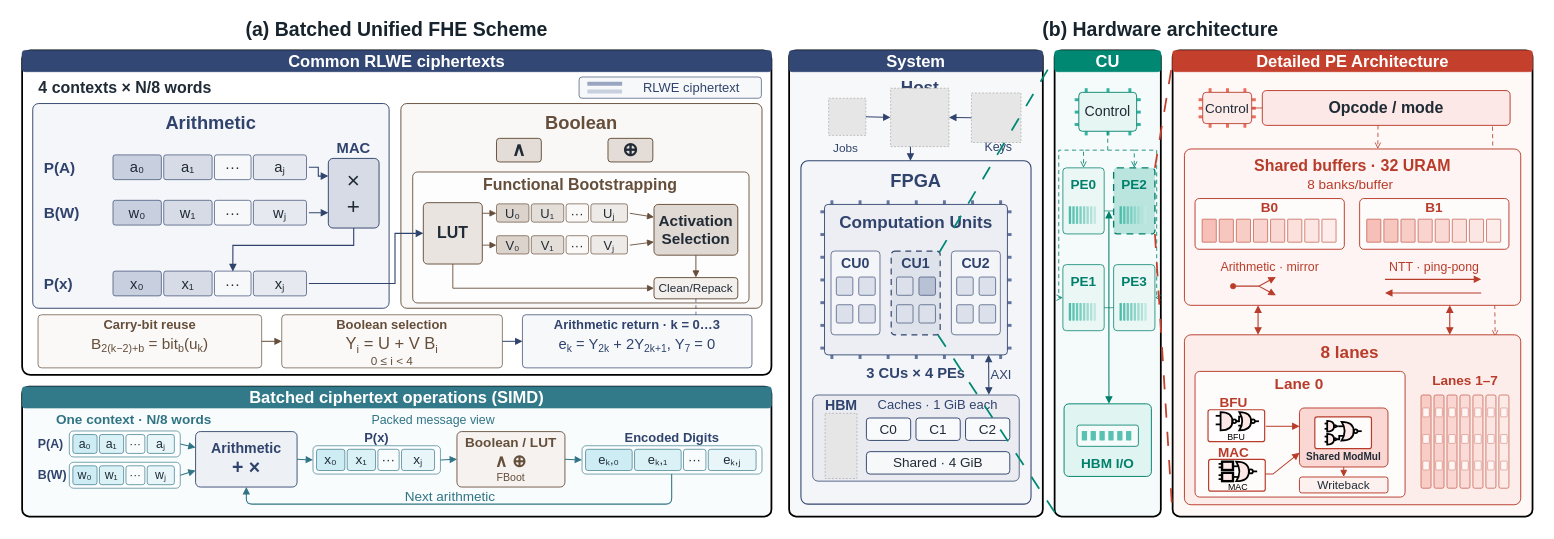
The draw.io diagram all/DAC2026/CONVOY_Fig1.drawio in ZKY6662017/iodraw-files, before the edit. Source tidied: cells renumbered, new cells numbered last; positions are measured from the earlier drawing's top-left corner, leaving out a move shared by most shapes. Both pictures are drawn from the tidied source at 59%, with x=0, y=0 at pixel (10, 10). Pictures stored in the file or linked from it are replaced by grey dashed boxes.
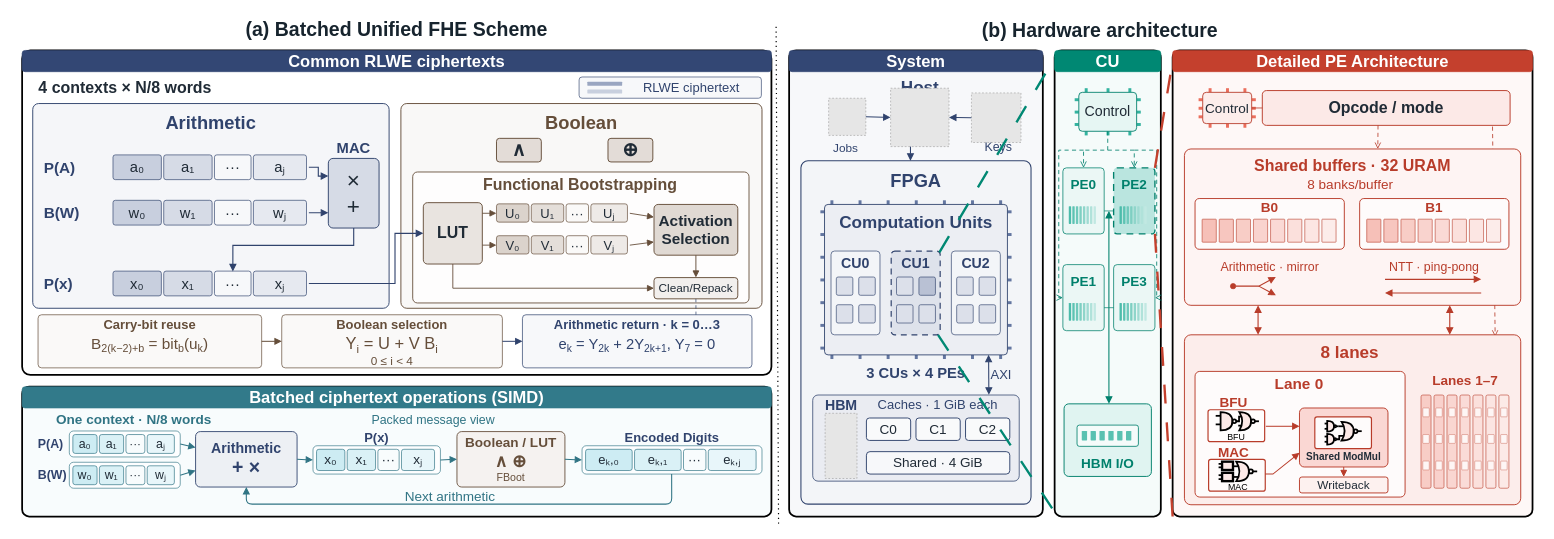
After the change.

The change refers to these unchanged cells:
```xml
<mxCell id="165" style="shape=rectangle;rounded=1;absoluteArcSize=1;arcSize=12;fillColor=#DEE2EB;strokeColor=#30436D;strokeWidth=2;html=1;whiteSpace=wrap;fontFamily=Arial;fontSize=23;fontColor=#202B36;align=center;verticalAlign=middle;spacing=0;spacingLeft=5;spacingRight=5;shadow=0;glass=0;gradientColor=none;overflow=visible;dashed=1;dashPattern=5 4;" parent="120" vertex="1">
  <mxGeometry x="1493" y="408" width="83" height="142" as="geometry" />
</mxCell>
<mxCell id="187" style="shape=rectangle;rounded=1;absoluteArcSize=1;arcSize=24;fillColor=#F5FBFA;strokeColor=#000000;strokeWidth=3;html=1;whiteSpace=wrap;fontFamily=Arial;fontSize=23;fontColor=#202B36;align=center;verticalAlign=middle;spacing=0;spacingLeft=5;spacingRight=5;shadow=0;glass=0;gradientColor=none;overflow=visible;" parent="186" vertex="1">
  <mxGeometry x="1770" y="68" width="180" height="790" as="geometry" />
</mxCell>
<mxCell id="212" style="shape=rectangle;rounded=1;absoluteArcSize=1;arcSize=12;fillColor=#BAE5DF;strokeColor=#00806C;strokeWidth=2.3;html=1;whiteSpace=wrap;fontFamily=Arial;fontSize=23;fontColor=#202B36;align=center;verticalAlign=middle;spacing=0;spacingLeft=5;spacingRight=5;shadow=0;glass=0;gradientColor=none;overflow=visible;dashed=1;dashPattern=5 4;" parent="186" vertex="1">
  <mxGeometry x="1870" y="267" width="70" height="112" as="geometry" />
</mxCell>
<mxCell id="261" style="shape=rectangle;rounded=1;absoluteArcSize=1;arcSize=24;fillColor=#FEF8F7;strokeColor=#000000;strokeWidth=3;html=1;whiteSpace=wrap;fontFamily=Arial;fontSize=23;fontColor=#202B36;align=center;verticalAlign=middle;spacing=0;spacingLeft=5;spacingRight=5;shadow=0;glass=0;gradientColor=none;overflow=visible;" parent="260" vertex="1">
  <mxGeometry x="1970" y="68" width="610" height="790" as="geometry" />
</mxCell>
<mxCell id="262" value="&lt;div style=&quot;font-family: Arial; font-size: 28px; line-height: 33.04px; font-weight: 700; color: rgb(255, 255, 255); white-space: nowrap;&quot;&gt;Detailed PE Architecture&lt;/div&gt;" style="shape=rectangle;rounded=1;absoluteArcSize=1;arcSize=10;fillColor=#C4402D;strokeColor=#C4402D;strokeWidth=1.1;html=1;whiteSpace=wrap;fontFamily=Arial;fontSize=23;fontColor=#202B36;align=center;verticalAlign=middle;spacing=0;spacingLeft=5;spacingRight=5;shadow=0;glass=0;gradientColor=none;overflow=visible;" parent="260" vertex="1">
  <mxGeometry x="1970" y="68" width="610" height="36" as="geometry" />
</mxCell>
```

What changed in the source:
```diff
@@
+    <mxCell id="412" style="endArrow=none;dashed=1;html=1;dashPattern=1 3;strokeWidth=2;rounded=0;defaultLabelBackgroundColor=page;labelPadding=0 4;exitX=0.502;exitY=1;exitDx=0;exitDy=0;exitPerimeter=0;entryX=0;entryY=0.5;entryDx=0;entryDy=0;" parent="1" edge="1">
+      <mxGeometry relative="1" as="geometry">
+        <mxPoint x="1302.1" y="870" as="sourcePoint" />
+        <mxPoint x="1297.9" y="23.5" as="targetPoint" />
+      </mxGeometry>
+    </mxCell>
@@
     <mxCell id="354" value="&lt;div style=&quot;font-family: Arial; font-size: 33px; line-height: 38.94px; font-weight: 700; color: rgb(23, 36, 46); white-space: nowrap;&quot;&gt;(b) Hardware architecture&lt;/div&gt;" style="shape=rectangle;rounded=0;absoluteArcSize=1;arcSize=0;fillColor=none;strokeColor=none;strokeWidth=0;html=1;whiteSpace=wrap;fontFamily=Arial;fontSize=23;fontColor=#17242E;align=center;verticalAlign=middle;spacing=0;spacingLeft=5;spacingRight=5;shadow=0;glass=0;gradientColor=none;overflow=visible;" parent="352" vertex="1">
-      <mxGeometry x="1319" y="10" width="1261" height="45" as="geometry" />
+      <mxGeometry x="1301" y="11" width="1092" height="45" as="geometry" />
     </mxCell>
@@
-    <mxCell id="362" style="endArrow=none;html=1;rounded=0;defaultLabelBackgroundColor=page;labelPadding=0 4;exitX=0.984;exitY=0.015;exitDx=0;exitDy=0;exitPerimeter=0;entryX=0.006;entryY=0.014;entryDx=0;entryDy=0;entryPerimeter=0;dashed=1;dashPattern=8 8;strokeColor=light-dark(#008873, #ededed);strokeWidth=3;" parent="352" edge="1" source="165" target="187">
+    <mxCell id="362" style="endArrow=none;html=1;rounded=0;defaultLabelBackgroundColor=page;labelPadding=0 4;exitX=0.984;exitY=0.015;exitDx=0;exitDy=0;exitPerimeter=0;entryX=0.006;entryY=0.014;entryDx=0;entryDy=0;entryPerimeter=0;dashed=1;dashPattern=8 8;strokeColor=light-dark(#008873, #ededed);strokeWidth=4;" parent="352" edge="1" source="165" target="187">
       <mxGeometry relative="1" as="geometry" />
     </mxCell>
-    <mxCell id="363" style="endArrow=none;html=1;rounded=0;defaultLabelBackgroundColor=page;labelPadding=0 4;exitX=0.956;exitY=1.001;exitDx=0;exitDy=0;exitPerimeter=0;entryX=0.007;entryY=0.993;entryDx=0;entryDy=0;dashed=1;dashPattern=8 8;strokeColor=light-dark(#008873, #ededed);strokeWidth=3;entryPerimeter=0;" parent="352" edge="1" source="165" target="187">
+    <mxCell id="363" style="endArrow=none;html=1;rounded=0;defaultLabelBackgroundColor=page;labelPadding=0 4;exitX=0.956;exitY=1.001;exitDx=0;exitDy=0;exitPerimeter=0;entryX=0.007;entryY=0.993;entryDx=0;entryDy=0;dashed=1;dashPattern=8 8;strokeColor=light-dark(#008873, #ededed);strokeWidth=4;entryPerimeter=0;" parent="352" edge="1" source="165" target="187">
       <mxGeometry relative="1" as="geometry" />
     </mxCell>
-    <mxCell id="364" style="endArrow=none;html=1;rounded=0;defaultLabelBackgroundColor=page;labelPadding=0 4;exitX=1;exitY=0;exitDx=0;exitDy=0;entryX=0;entryY=0.5;entryDx=0;entryDy=0;dashed=1;dashPattern=8 8;strokeColor=light-dark(#c4402d, #ededed);strokeWidth=3;" parent="352" edge="1" source="212" target="262">
+    <mxCell id="364" style="endArrow=none;html=1;rounded=0;defaultLabelBackgroundColor=page;labelPadding=0 4;exitX=1;exitY=0;exitDx=0;exitDy=0;entryX=0;entryY=0.5;entryDx=0;entryDy=0;dashed=1;dashPattern=8 8;strokeColor=light-dark(#c4402d, #ededed);strokeWidth=4;" parent="352" edge="1" source="212" target="262">
       <mxGeometry relative="1" as="geometry" />
     </mxCell>
-    <mxCell id="365" style="endArrow=none;html=1;rounded=0;defaultLabelBackgroundColor=page;labelPadding=0 4;exitX=1;exitY=1;exitDx=0;exitDy=0;entryX=0;entryY=1;entryDx=0;entryDy=0;dashed=1;dashPattern=8 8;strokeColor=light-dark(#c4402d, #ededed);strokeWidth=3;" parent="352" edge="1" source="212" target="261">
+    <mxCell id="365" style="endArrow=none;html=1;rounded=0;defaultLabelBackgroundColor=page;labelPadding=0 4;exitX=1;exitY=1;exitDx=0;exitDy=0;entryX=0;entryY=1;entryDx=0;entryDy=0;dashed=1;dashPattern=8 8;strokeColor=light-dark(#c4402d, #ededed);strokeWidth=4;" parent="352" edge="1" source="212" target="261">
       <mxGeometry relative="1" as="geometry" />
     </mxCell>
```
